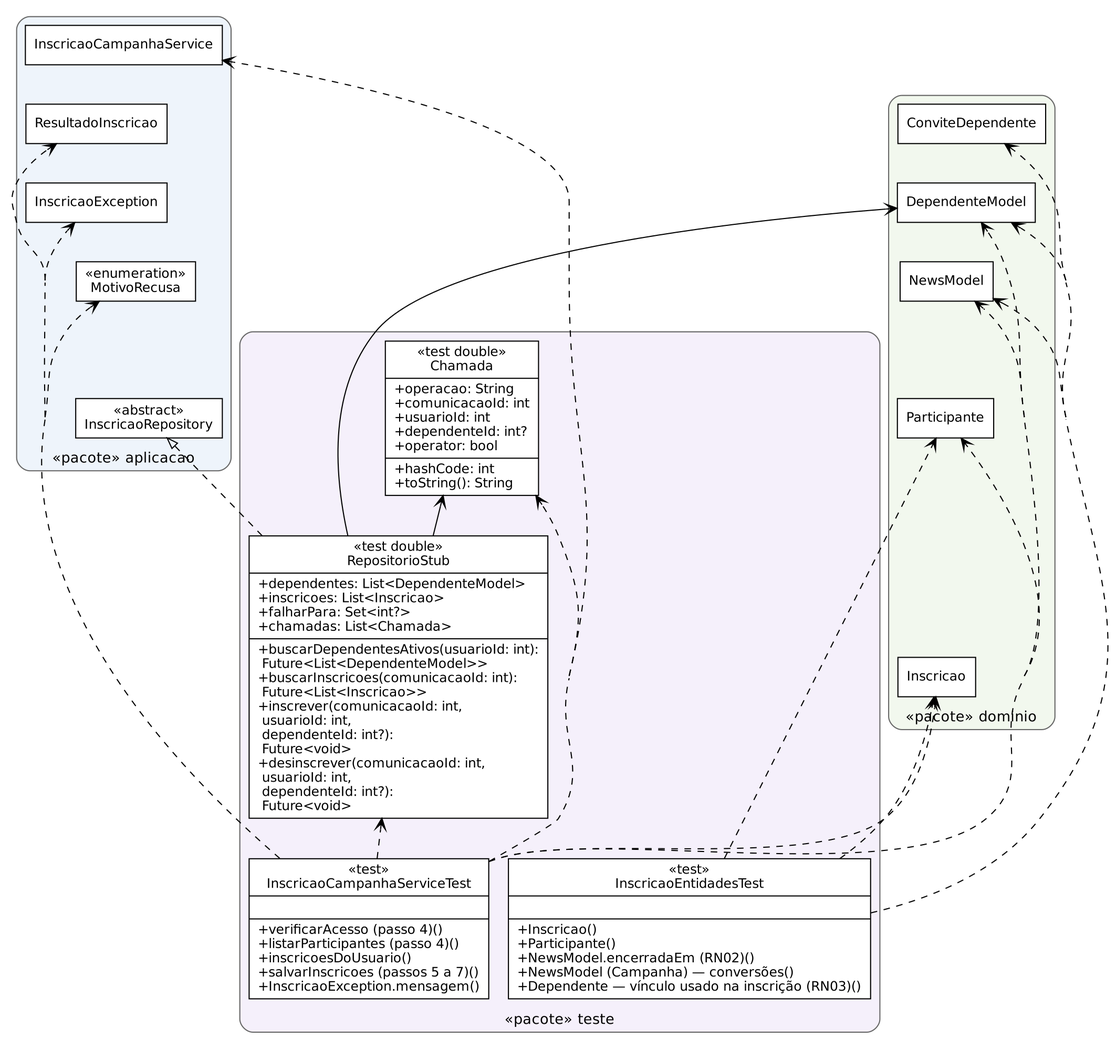
This is qualidade/diagramas/ex11c_classes_teste.png from Conecta-Vida/Conecta-Vida-Mobile, a Graphviz export, as it was before one commit. Its source is kept beside it as qualidade/diagramas/ex11c_classes_teste.dot.
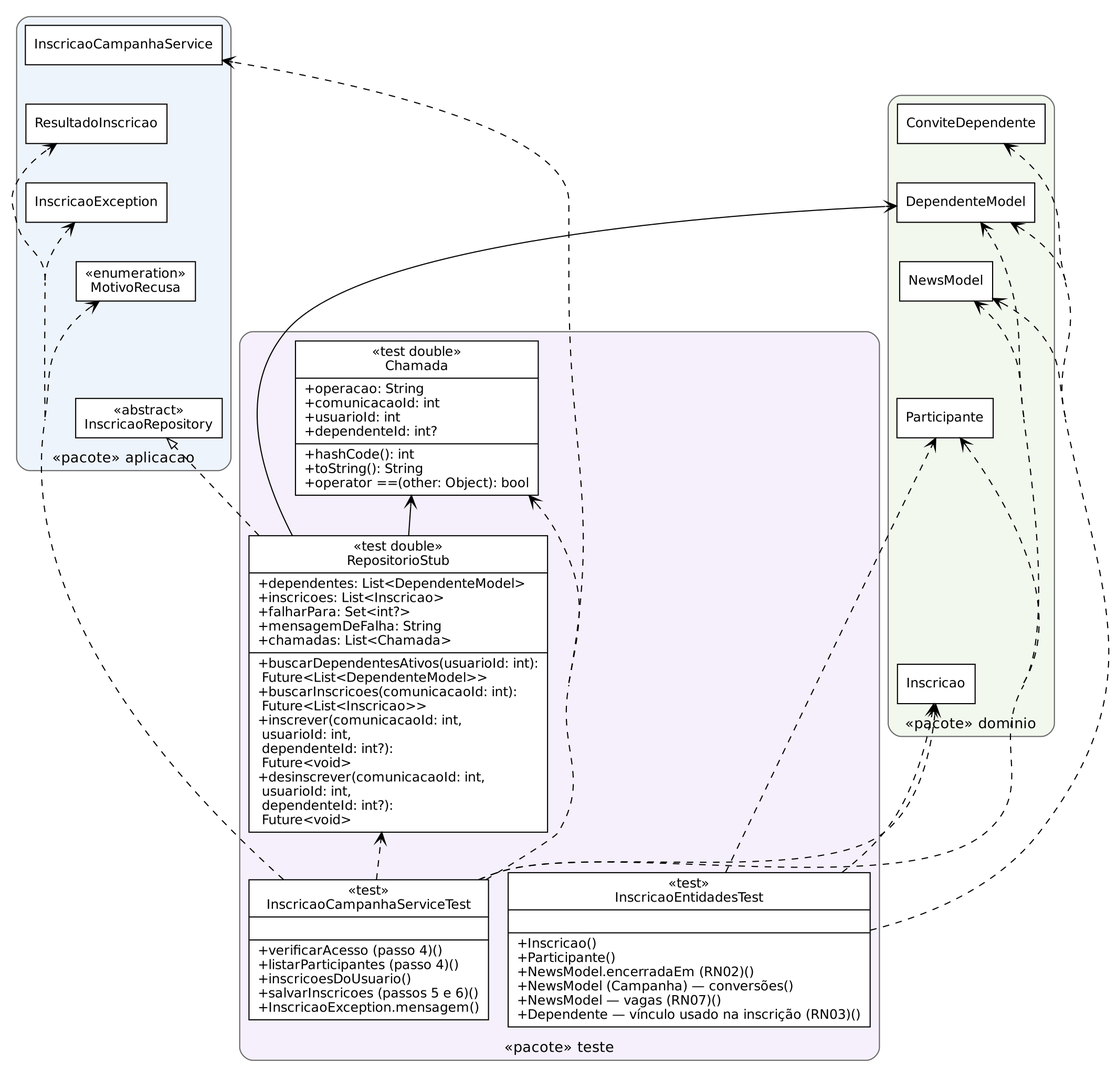
After the commit.

Change to the diagram source:
```diff
@@ -17,10 +17,10 @@
   ConviteDependente [shape=box, label="ConviteDependente"];
 }
 subgraph cluster_2 { label="«pacote» teste"; style="rounded,filled"; fillcolor="#f5f0fb"; color=gray40; fontname="DejaVu Sans"; fontsize=13; labelloc=t;
-  Chamada [label="{«test double»\nChamada|+operacao: String\l+comunicacaoId: int\l+usuarioId: int\l+dependenteId: int?\l+operator: bool\l|+hashCode: int\l+toString(): String\l}"];
-  RepositorioStub [label="{«test double»\nRepositorioStub|+dependentes: List&lt;DependenteModel&gt;\l+inscricoes: List&lt;Inscricao&gt;\l+falharPara: Set&lt;int?&gt;\l+chamadas: List&lt;Chamada&gt;\l|+buscarDependentesAtivos(usuarioId: int):\l      Future&lt;List&lt;DependenteModel&gt;&gt;\l+buscarInscricoes(comunicacaoId: int):\l      Future&lt;List&lt;Inscricao&gt;&gt;\l+inscrever(comunicacaoId: int,\l      usuarioId: int,\l      dependenteId: int?):\l      Future&lt;void&gt;\l+desinscrever(comunicacaoId: int,\l      usuarioId: int,\l      dependenteId: int?):\l      Future&lt;void&gt;\l}"];
-  InscricaoCampanhaServiceTest [label="{«test»\nInscricaoCampanhaServiceTest||+verificarAcesso (passo 4)()\l+listarParticipantes (passo 4)()\l+inscricoesDoUsuario()\l+salvarInscricoes (passos 5 a 7)()\l+InscricaoException.mensagem()\l}"];
-  InscricaoEntidadesTest [label="{«test»\nInscricaoEntidadesTest||+Inscricao()\l+Participante()\l+NewsModel.encerradaEm (RN02)()\l+NewsModel (Campanha) — conversões()\l+Dependente — vínculo usado na inscrição (RN03)()\l}"];
+  Chamada [label="{«test double»\nChamada|+operacao: String\l+comunicacaoId: int\l+usuarioId: int\l+dependenteId: int?\l|+hashCode(): int\l+toString(): String\l+operator ==(other: Object): bool\l}"];
+  RepositorioStub [label="{«test double»\nRepositorioStub|+dependentes: List&lt;DependenteModel&gt;\l+inscricoes: List&lt;Inscricao&gt;\l+falharPara: Set&lt;int?&gt;\l+mensagemDeFalha: String\l+chamadas: List&lt;Chamada&gt;\l|+buscarDependentesAtivos(usuarioId: int):\l      Future&lt;List&lt;DependenteModel&gt;&gt;\l+buscarInscricoes(comunicacaoId: int):\l      Future&lt;List&lt;Inscricao&gt;&gt;\l+inscrever(comunicacaoId: int,\l      usuarioId: int,\l      dependenteId: int?):\l      Future&lt;void&gt;\l+desinscrever(comunicacaoId: int,\l      usuarioId: int,\l      dependenteId: int?):\l      Future&lt;void&gt;\l}"];
+  InscricaoCampanhaServiceTest [label="{«test»\nInscricaoCampanhaServiceTest||+verificarAcesso (passo 4)()\l+listarParticipantes (passo 4)()\l+inscricoesDoUsuario()\l+salvarInscricoes (passos 5 e 6)()\l+InscricaoException.mensagem()\l}"];
+  InscricaoEntidadesTest [label="{«test»\nInscricaoEntidadesTest||+Inscricao()\l+Participante()\l+NewsModel.encerradaEm (RN02)()\l+NewsModel (Campanha) — conversões()\l+NewsModel — vagas (RN07)()\l+Dependente — vínculo usado na inscrição (RN03)()\l}"];
 }
   InscricaoRepository -> MotivoRecusa [style=invis];
   MotivoRecusa -> InscricaoException [style=invis];
```
